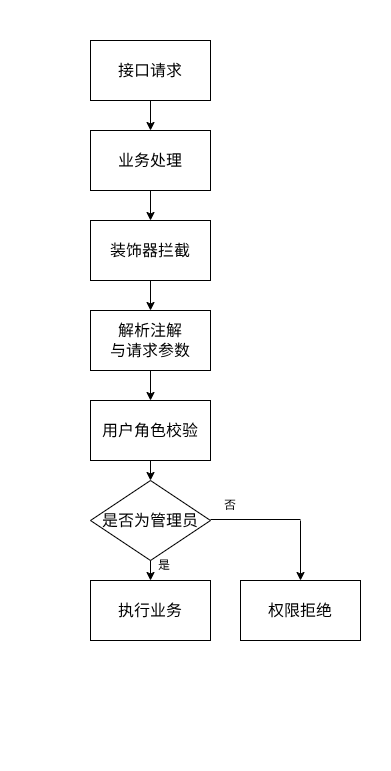
Before: static/pic/flowchart/decorator_req.drawio.png, a diagram exported from draw.io (hongch666/mix-web-demo). Source tidied: cells renumbered, new cells last; positions are measured from the earlier drawing's top-left corner, leaving out a move shared by most shapes. The source it was exported from:
```xml
<mxGraphModel background="#ffffff">
  <root>
    <mxCell id="0" />
    <mxCell id="1" parent="0" />
    <mxCell id="2" style="edgeStyle=none;html=1;exitX=0.5;exitY=1;exitDx=0;exitDy=0;entryX=0.5;entryY=0;entryDx=0;entryDy=0;" parent="1" edge="1" source="3" target="4">
      <mxGeometry relative="1" as="geometry" />
    </mxCell>
    <mxCell id="3" value="接口请求" style="rounded=0;whiteSpace=wrap;html=1;fontSize=16;" parent="1" vertex="1">
      <mxGeometry x="90" y="40" width="120" height="60" as="geometry" />
    </mxCell>
    <mxCell id="4" value="业务处理&lt;span style=&quot;color: rgba(0, 0, 0, 0); font-family: monospace; font-size: 0px; text-align: start;&quot;&gt;%3CmxGraphModel%3E%3Croot%3E%3CmxCell%20id%3D%220%22%2F%3E%3CmxCell%20id%3D%221%22%20parent%3D%220%22%2F%3E%3CmxCell%20id%3D%222%22%20value%3D%22AOP%E5%88%87%E9%9D%A2%E6%8B%A6%E6%88%AA%22%20style%3D%22rounded%3D0%3BwhiteSpace%3Dwrap%3Bhtml%3D1%3BfontSize%3D16%3B%22%20vertex%3D%221%22%20parent%3D%221%22%3E%3CmxGeometry%20x%3D%22310%22%20y%3D%22160%22%20width%3D%22120%22%20height%3D%2260%22%20as%3D%22geometry%22%2F%3E%3C%2FmxCell%3E%3C%2Froot%3E%3C%2FmxGraphModel%3E&lt;/span&gt;" style="rounded=0;whiteSpace=wrap;html=1;fontSize=16;" parent="1" vertex="1">
      <mxGeometry x="90" y="130" width="120" height="60" as="geometry" />
    </mxCell>
    <mxCell id="5" style="edgeStyle=none;html=1;exitX=0.5;exitY=1;exitDx=0;exitDy=0;entryX=0.5;entryY=0;entryDx=0;entryDy=0;" parent="1" edge="1" target="7">
      <mxGeometry relative="1" as="geometry">
        <mxPoint x="150" y="280" as="sourcePoint" />
      </mxGeometry>
    </mxCell>
    <mxCell id="6" style="edgeStyle=none;html=1;exitX=0.5;exitY=1;exitDx=0;exitDy=0;entryX=0.5;entryY=0;entryDx=0;entryDy=0;" parent="1" edge="1" source="7" target="9">
      <mxGeometry relative="1" as="geometry" />
    </mxCell>
    <mxCell id="7" value="解析注解&lt;br&gt;与请求参数" style="rounded=0;whiteSpace=wrap;html=1;fontSize=16;" parent="1" vertex="1">
      <mxGeometry x="90" y="310" width="120" height="60" as="geometry" />
    </mxCell>
    <mxCell id="8" style="edgeStyle=none;html=1;exitX=0.5;exitY=1;exitDx=0;exitDy=0;entryX=0.5;entryY=0;entryDx=0;entryDy=0;" parent="1" edge="1" source="9" target="10">
      <mxGeometry relative="1" as="geometry" />
    </mxCell>
    <mxCell id="9" value="用户角色校验" style="rounded=0;whiteSpace=wrap;html=1;fontSize=16;" parent="1" vertex="1">
      <mxGeometry x="90" y="400" width="120" height="60" as="geometry" />
    </mxCell>
    <mxCell id="10" value="&lt;span style=&quot;font-size: 16px;&quot;&gt;是否为管理员&lt;/span&gt;" style="rhombus;whiteSpace=wrap;html=1;" parent="1" vertex="1">
      <mxGeometry x="90" y="480" width="120" height="80" as="geometry" />
    </mxCell>
    <mxCell id="11" style="edgeStyle=none;html=1;exitX=0.5;exitY=1;exitDx=0;exitDy=0;entryX=0.5;entryY=0;entryDx=0;entryDy=0;" parent="1" edge="1" target="12">
      <mxGeometry relative="1" as="geometry">
        <mxPoint x="150" y="560" as="sourcePoint" />
      </mxGeometry>
    </mxCell>
    <mxCell id="12" value="执行业务" style="rounded=0;whiteSpace=wrap;html=1;fontSize=16;" parent="1" vertex="1">
      <mxGeometry x="90" y="580" width="120" height="60" as="geometry" />
    </mxCell>
    <mxCell id="13" value="权限拒绝" style="rounded=0;whiteSpace=wrap;html=1;fontSize=16;" parent="1" vertex="1">
      <mxGeometry x="240" y="580" width="120" height="60" as="geometry" />
    </mxCell>
    <mxCell id="14" style="endArrow=none;html=1;" parent="1" edge="1">
      <mxGeometry relative="1" as="geometry">
        <mxPoint x="210" y="519" as="sourcePoint" />
        <mxPoint x="300" y="519" as="targetPoint" />
      </mxGeometry>
    </mxCell>
    <mxCell id="15" value="否" style="text;html=1;strokeColor=none;fillColor=none;align=center;verticalAlign=middle;whiteSpace=wrap;rounded=0;" parent="1" vertex="1">
      <mxGeometry x="200" y="490" width="60" height="30" as="geometry" />
    </mxCell>
    <mxCell id="16" value="是" style="text;html=1;strokeColor=none;fillColor=none;align=center;verticalAlign=middle;whiteSpace=wrap;rounded=0;" parent="1" vertex="1">
      <mxGeometry x="134" y="550" width="60" height="30" as="geometry" />
    </mxCell>
    <mxCell id="17" style="rounded=0;whiteSpace=wrap;html=1;textOpacity=0;labelBorderColor=light-dark(#000000,#FFFFFF);fontColor=none;noLabel=1;strokeColor=none;" parent="1" vertex="1">
      <mxGeometry x="145" width="10" height="30" as="geometry" />
    </mxCell>
    <mxCell id="18" style="rounded=0;whiteSpace=wrap;html=1;textOpacity=0;labelBorderColor=light-dark(#000000,#FFFFFF);fontColor=none;noLabel=1;strokeColor=none;" parent="1" vertex="1">
      <mxGeometry x="380" y="470" width="10" height="30" as="geometry" />
    </mxCell>
    <mxCell id="19" style="rounded=0;whiteSpace=wrap;html=1;textOpacity=0;labelBorderColor=light-dark(#000000,#FFFFFF);fontColor=none;noLabel=1;strokeColor=none;" parent="1" vertex="1">
      <mxGeometry x="159" y="740" width="10" height="30" as="geometry" />
    </mxCell>
    <mxCell id="20" style="rounded=0;whiteSpace=wrap;html=1;textOpacity=0;labelBorderColor=light-dark(#000000,#FFFFFF);fontColor=none;noLabel=1;strokeColor=none;" parent="1" vertex="1">
      <mxGeometry y="610" width="10" height="30" as="geometry" />
    </mxCell>
    <mxCell id="21" style="edgeStyle=none;html=1;exitX=0.5;exitY=1;exitDx=0;exitDy=0;entryX=0.5;entryY=0;entryDx=0;entryDy=0;" parent="1" edge="1" source="4" target="22">
      <mxGeometry relative="1" as="geometry" />
    </mxCell>
    <mxCell id="22" value="装饰器拦截" style="rounded=0;whiteSpace=wrap;html=1;fontSize=16;" parent="1" vertex="1">
      <mxGeometry x="90" y="220" width="120" height="60" as="geometry" />
    </mxCell>
    <mxCell id="23" style="endArrow=classic;html=1;entryX=0.5;entryY=0;entryDx=0;entryDy=0;" parent="1" edge="1" target="13">
      <mxGeometry relative="1" as="geometry">
        <mxPoint x="300" y="520" as="sourcePoint" />
      </mxGeometry>
    </mxCell>
  </root>
</mxGraphModel>
```
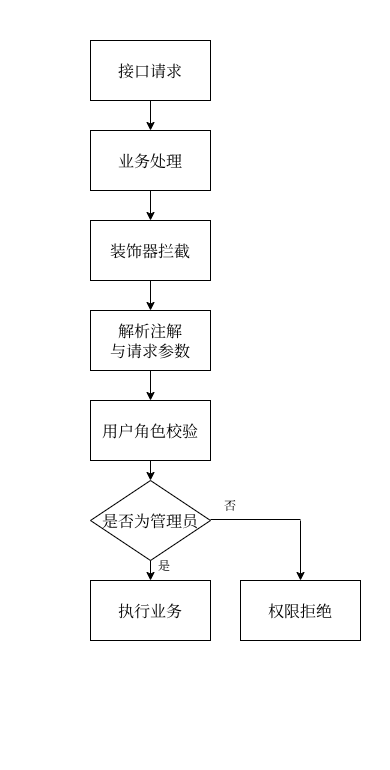
The same diagram one commit later.

Change to the diagram source:
```diff
@@ -2,77 +2,77 @@
   <root>
     <mxCell id="0" />
     <mxCell id="1" parent="0" />
-    <mxCell id="2" style="edgeStyle=none;html=1;exitX=0.5;exitY=1;exitDx=0;exitDy=0;entryX=0.5;entryY=0;entryDx=0;entryDy=0;" parent="1" edge="1" source="3" target="4">
+    <mxCell id="2" style="edgeStyle=none;html=1;exitX=0.5;exitY=1;exitDx=0;exitDy=0;entryX=0.5;entryY=0;entryDx=0;entryDy=0;fontFamily=宋体;" parent="1" edge="1" source="3" target="4">
       <mxGeometry relative="1" as="geometry" />
     </mxCell>
-    <mxCell id="3" value="接口请求" style="rounded=0;whiteSpace=wrap;html=1;fontSize=16;" parent="1" vertex="1">
+    <mxCell id="3" value="接口请求" style="rounded=0;whiteSpace=wrap;html=1;fontSize=16;fontFamily=宋体;" parent="1" vertex="1">
       <mxGeometry x="90" y="40" width="120" height="60" as="geometry" />
     </mxCell>
-    <mxCell id="4" value="业务处理&lt;span style=&quot;color: rgba(0, 0, 0, 0); font-family: monospace; font-size: 0px; text-align: start;&quot;&gt;%3CmxGraphModel%3E%3Croot%3E%3CmxCell%20id%3D%220%22%2F%3E%3CmxCell%20id%3D%221%22%20parent%3D%220%22%2F%3E%3CmxCell%20id%3D%222%22%20value%3D%22AOP%E5%88%87%E9%9D%A2%E6%8B%A6%E6%88%AA%22%20style%3D%22rounded%3D0%3BwhiteSpace%3Dwrap%3Bhtml%3D1%3BfontSize%3D16%3B%22%20vertex%3D%221%22%20parent%3D%221%22%3E%3CmxGeometry%20x%3D%22310%22%20y%3D%22160%22%20width%3D%22120%22%20height%3D%2260%22%20as%3D%22geometry%22%2F%3E%3C%2FmxCell%3E%3C%2Froot%3E%3C%2FmxGraphModel%3E&lt;/span&gt;" style="rounded=0;whiteSpace=wrap;html=1;fontSize=16;" parent="1" vertex="1">
+    <mxCell id="4" value="业务处理&lt;span style=&quot;color: rgba(0, 0, 0, 0); font-size: 0px; text-align: start;&quot;&gt;%3CmxGraphModel%3E%3Croot%3E%3CmxCell%20id%3D%220%22%2F%3E%3CmxCell%20id%3D%221%22%20parent%3D%220%22%2F%3E%3CmxCell%20id%3D%222%22%20value%3D%22AOP%E5%88%87%E9%9D%A2%E6%8B%A6%E6%88%AA%22%20style%3D%22rounded%3D0%3BwhiteSpace%3Dwrap%3Bhtml%3D1%3BfontSize%3D16%3B%22%20vertex%3D%221%22%20parent%3D%221%22%3E%3CmxGeometry%20x%3D%22310%22%20y%3D%22160%22%20width%3D%22120%22%20height%3D%2260%22%20as%3D%22geometry%22%2F%3E%3C%2FmxCell%3E%3C%2Froot%3E%3C%2FmxGraphModel%3E&lt;/span&gt;" style="rounded=0;whiteSpace=wrap;html=1;fontSize=16;fontFamily=宋体;" parent="1" vertex="1">
       <mxGeometry x="90" y="130" width="120" height="60" as="geometry" />
     </mxCell>
-    <mxCell id="5" style="edgeStyle=none;html=1;exitX=0.5;exitY=1;exitDx=0;exitDy=0;entryX=0.5;entryY=0;entryDx=0;entryDy=0;" parent="1" edge="1" target="7">
+    <mxCell id="5" style="edgeStyle=none;html=1;exitX=0.5;exitY=1;exitDx=0;exitDy=0;entryX=0.5;entryY=0;entryDx=0;entryDy=0;fontFamily=宋体;" parent="1" edge="1" target="7">
       <mxGeometry relative="1" as="geometry">
         <mxPoint x="150" y="280" as="sourcePoint" />
       </mxGeometry>
     </mxCell>
-    <mxCell id="6" style="edgeStyle=none;html=1;exitX=0.5;exitY=1;exitDx=0;exitDy=0;entryX=0.5;entryY=0;entryDx=0;entryDy=0;" parent="1" edge="1" source="7" target="9">
+    <mxCell id="6" style="edgeStyle=none;html=1;exitX=0.5;exitY=1;exitDx=0;exitDy=0;entryX=0.5;entryY=0;entryDx=0;entryDy=0;fontFamily=宋体;" parent="1" edge="1" source="7" target="9">
       <mxGeometry relative="1" as="geometry" />
     </mxCell>
-    <mxCell id="7" value="解析注解&lt;br&gt;与请求参数" style="rounded=0;whiteSpace=wrap;html=1;fontSize=16;" parent="1" vertex="1">
+    <mxCell id="7" value="解析注解&lt;br&gt;与请求参数" style="rounded=0;whiteSpace=wrap;html=1;fontSize=16;fontFamily=宋体;" parent="1" vertex="1">
       <mxGeometry x="90" y="310" width="120" height="60" as="geometry" />
     </mxCell>
-    <mxCell id="8" style="edgeStyle=none;html=1;exitX=0.5;exitY=1;exitDx=0;exitDy=0;entryX=0.5;entryY=0;entryDx=0;entryDy=0;" parent="1" edge="1" source="9" target="10">
+    <mxCell id="8" style="edgeStyle=none;html=1;exitX=0.5;exitY=1;exitDx=0;exitDy=0;entryX=0.5;entryY=0;entryDx=0;entryDy=0;fontFamily=宋体;" parent="1" edge="1" source="9" target="10">
       <mxGeometry relative="1" as="geometry" />
     </mxCell>
-    <mxCell id="9" value="用户角色校验" style="rounded=0;whiteSpace=wrap;html=1;fontSize=16;" parent="1" vertex="1">
+    <mxCell id="9" value="用户角色校验" style="rounded=0;whiteSpace=wrap;html=1;fontSize=16;fontFamily=宋体;" parent="1" vertex="1">
       <mxGeometry x="90" y="400" width="120" height="60" as="geometry" />
     </mxCell>
-    <mxCell id="10" value="&lt;span style=&quot;font-size: 16px;&quot;&gt;是否为管理员&lt;/span&gt;" style="rhombus;whiteSpace=wrap;html=1;" parent="1" vertex="1">
+    <mxCell id="10" value="&lt;span style=&quot;font-size: 16px;&quot;&gt;是否为管理员&lt;/span&gt;" style="rhombus;whiteSpace=wrap;html=1;fontFamily=宋体;" parent="1" vertex="1">
       <mxGeometry x="90" y="480" width="120" height="80" as="geometry" />
     </mxCell>
-    <mxCell id="11" style="edgeStyle=none;html=1;exitX=0.5;exitY=1;exitDx=0;exitDy=0;entryX=0.5;entryY=0;entryDx=0;entryDy=0;" parent="1" edge="1" target="12">
+    <mxCell id="11" style="edgeStyle=none;html=1;exitX=0.5;exitY=1;exitDx=0;exitDy=0;entryX=0.5;entryY=0;entryDx=0;entryDy=0;fontFamily=宋体;" parent="1" edge="1" target="12">
       <mxGeometry relative="1" as="geometry">
         <mxPoint x="150" y="560" as="sourcePoint" />
       </mxGeometry>
     </mxCell>
-    <mxCell id="12" value="执行业务" style="rounded=0;whiteSpace=wrap;html=1;fontSize=16;" parent="1" vertex="1">
+    <mxCell id="12" value="执行业务" style="rounded=0;whiteSpace=wrap;html=1;fontSize=16;fontFamily=宋体;" parent="1" vertex="1">
       <mxGeometry x="90" y="580" width="120" height="60" as="geometry" />
     </mxCell>
-    <mxCell id="13" value="权限拒绝" style="rounded=0;whiteSpace=wrap;html=1;fontSize=16;" parent="1" vertex="1">
+    <mxCell id="13" value="权限拒绝" style="rounded=0;whiteSpace=wrap;html=1;fontSize=16;fontFamily=宋体;" parent="1" vertex="1">
       <mxGeometry x="240" y="580" width="120" height="60" as="geometry" />
     </mxCell>
-    <mxCell id="14" style="endArrow=none;html=1;" parent="1" edge="1">
+    <mxCell id="14" style="endArrow=none;html=1;fontFamily=宋体;" parent="1" edge="1">
       <mxGeometry relative="1" as="geometry">
         <mxPoint x="210" y="519" as="sourcePoint" />
         <mxPoint x="300" y="519" as="targetPoint" />
       </mxGeometry>
     </mxCell>
-    <mxCell id="15" value="否" style="text;html=1;strokeColor=none;fillColor=none;align=center;verticalAlign=middle;whiteSpace=wrap;rounded=0;" parent="1" vertex="1">
+    <mxCell id="15" value="否" style="text;html=1;strokeColor=none;fillColor=none;align=center;verticalAlign=middle;whiteSpace=wrap;rounded=0;fontFamily=宋体;" parent="1" vertex="1">
       <mxGeometry x="200" y="490" width="60" height="30" as="geometry" />
     </mxCell>
-    <mxCell id="16" value="是" style="text;html=1;strokeColor=none;fillColor=none;align=center;verticalAlign=middle;whiteSpace=wrap;rounded=0;" parent="1" vertex="1">
+    <mxCell id="16" value="是" style="text;html=1;strokeColor=none;fillColor=none;align=center;verticalAlign=middle;whiteSpace=wrap;rounded=0;fontFamily=宋体;" parent="1" vertex="1">
       <mxGeometry x="134" y="550" width="60" height="30" as="geometry" />
     </mxCell>
-    <mxCell id="17" style="rounded=0;whiteSpace=wrap;html=1;textOpacity=0;labelBorderColor=light-dark(#000000,#FFFFFF);fontColor=none;noLabel=1;strokeColor=none;" parent="1" vertex="1">
+    <mxCell id="17" style="rounded=0;whiteSpace=wrap;html=1;textOpacity=0;labelBorderColor=light-dark(#000000,#FFFFFF);fontColor=none;noLabel=1;strokeColor=none;fontFamily=宋体;" parent="1" vertex="1">
       <mxGeometry x="145" width="10" height="30" as="geometry" />
     </mxCell>
-    <mxCell id="18" style="rounded=0;whiteSpace=wrap;html=1;textOpacity=0;labelBorderColor=light-dark(#000000,#FFFFFF);fontColor=none;noLabel=1;strokeColor=none;" parent="1" vertex="1">
+    <mxCell id="18" style="rounded=0;whiteSpace=wrap;html=1;textOpacity=0;labelBorderColor=light-dark(#000000,#FFFFFF);fontColor=none;noLabel=1;strokeColor=none;fontFamily=宋体;" parent="1" vertex="1">
       <mxGeometry x="380" y="470" width="10" height="30" as="geometry" />
     </mxCell>
-    <mxCell id="19" style="rounded=0;whiteSpace=wrap;html=1;textOpacity=0;labelBorderColor=light-dark(#000000,#FFFFFF);fontColor=none;noLabel=1;strokeColor=none;" parent="1" vertex="1">
+    <mxCell id="19" style="rounded=0;whiteSpace=wrap;html=1;textOpacity=0;labelBorderColor=light-dark(#000000,#FFFFFF);fontColor=none;noLabel=1;strokeColor=none;fontFamily=宋体;" parent="1" vertex="1">
       <mxGeometry x="159" y="740" width="10" height="30" as="geometry" />
     </mxCell>
-    <mxCell id="20" style="rounded=0;whiteSpace=wrap;html=1;textOpacity=0;labelBorderColor=light-dark(#000000,#FFFFFF);fontColor=none;noLabel=1;strokeColor=none;" parent="1" vertex="1">
+    <mxCell id="20" style="rounded=0;whiteSpace=wrap;html=1;textOpacity=0;labelBorderColor=light-dark(#000000,#FFFFFF);fontColor=none;noLabel=1;strokeColor=none;fontFamily=宋体;" parent="1" vertex="1">
       <mxGeometry y="610" width="10" height="30" as="geometry" />
     </mxCell>
-    <mxCell id="21" style="edgeStyle=none;html=1;exitX=0.5;exitY=1;exitDx=0;exitDy=0;entryX=0.5;entryY=0;entryDx=0;entryDy=0;" parent="1" edge="1" source="4" target="22">
+    <mxCell id="21" style="edgeStyle=none;html=1;exitX=0.5;exitY=1;exitDx=0;exitDy=0;entryX=0.5;entryY=0;entryDx=0;entryDy=0;fontFamily=宋体;" parent="1" edge="1" source="4" target="22">
       <mxGeometry relative="1" as="geometry" />
     </mxCell>
-    <mxCell id="22" value="装饰器拦截" style="rounded=0;whiteSpace=wrap;html=1;fontSize=16;" parent="1" vertex="1">
+    <mxCell id="22" value="装饰器拦截" style="rounded=0;whiteSpace=wrap;html=1;fontSize=16;fontFamily=宋体;" parent="1" vertex="1">
       <mxGeometry x="90" y="220" width="120" height="60" as="geometry" />
     </mxCell>
-    <mxCell id="23" style="endArrow=classic;html=1;entryX=0.5;entryY=0;entryDx=0;entryDy=0;" parent="1" edge="1" target="13">
+    <mxCell id="23" style="endArrow=classic;html=1;entryX=0.5;entryY=0;entryDx=0;entryDy=0;fontFamily=宋体;" parent="1" edge="1" target="13">
       <mxGeometry relative="1" as="geometry">
         <mxPoint x="300" y="520" as="sourcePoint" />
       </mxGeometry>
```
